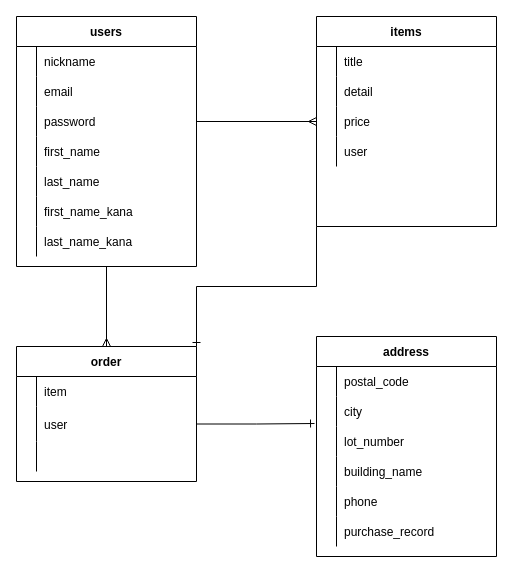
mayuko-okamoto/furima-30349 keeps this draw.io diagram as test.dio. Above is the earlier version. Source tidied: cells renumbered, new cells numbered last; positions are measured from the earlier drawing's top-left corner, leaving out a move shared by most shapes. Both pictures are drawn from the tidied source at 100%, with x=0, y=0 at pixel (16, 16).
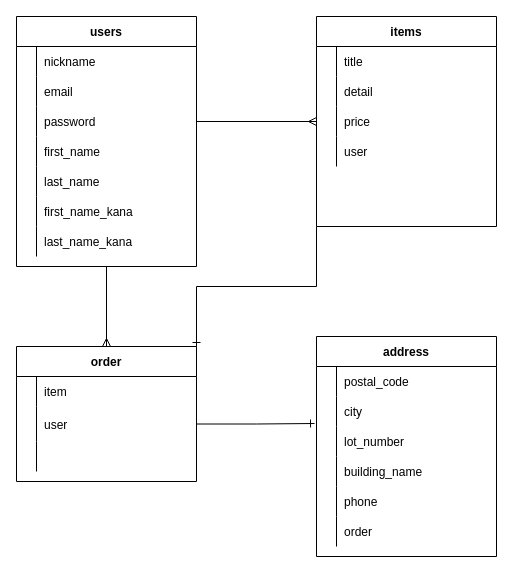
The same diagram, later.

Unchanged cells that the change refers to:
```xml
<mxCell id="65" style="shape=partialRectangle;fillColor=none;top=0;left=0;bottom=0;right=0;" parent="49" vertex="1">
  <mxGeometry y="180" width="180" height="30" as="geometry" />
</mxCell>
```

Change to the diagram source:
```diff
@@
-    <mxCell id="67" value="purchase_record" style="shape=partialRectangle;fillColor=none;top=0;left=0;bottom=0;right=0;align=left;spacingLeft=6;overflow=hidden;" parent="65" vertex="1">
+    <mxCell id="67" value="order" style="shape=partialRectangle;fillColor=none;top=0;left=0;bottom=0;right=0;align=left;spacingLeft=6;overflow=hidden;" parent="65" vertex="1">
       <mxGeometry x="20" width="160" height="30" as="geometry" />
     </mxCell>
```
